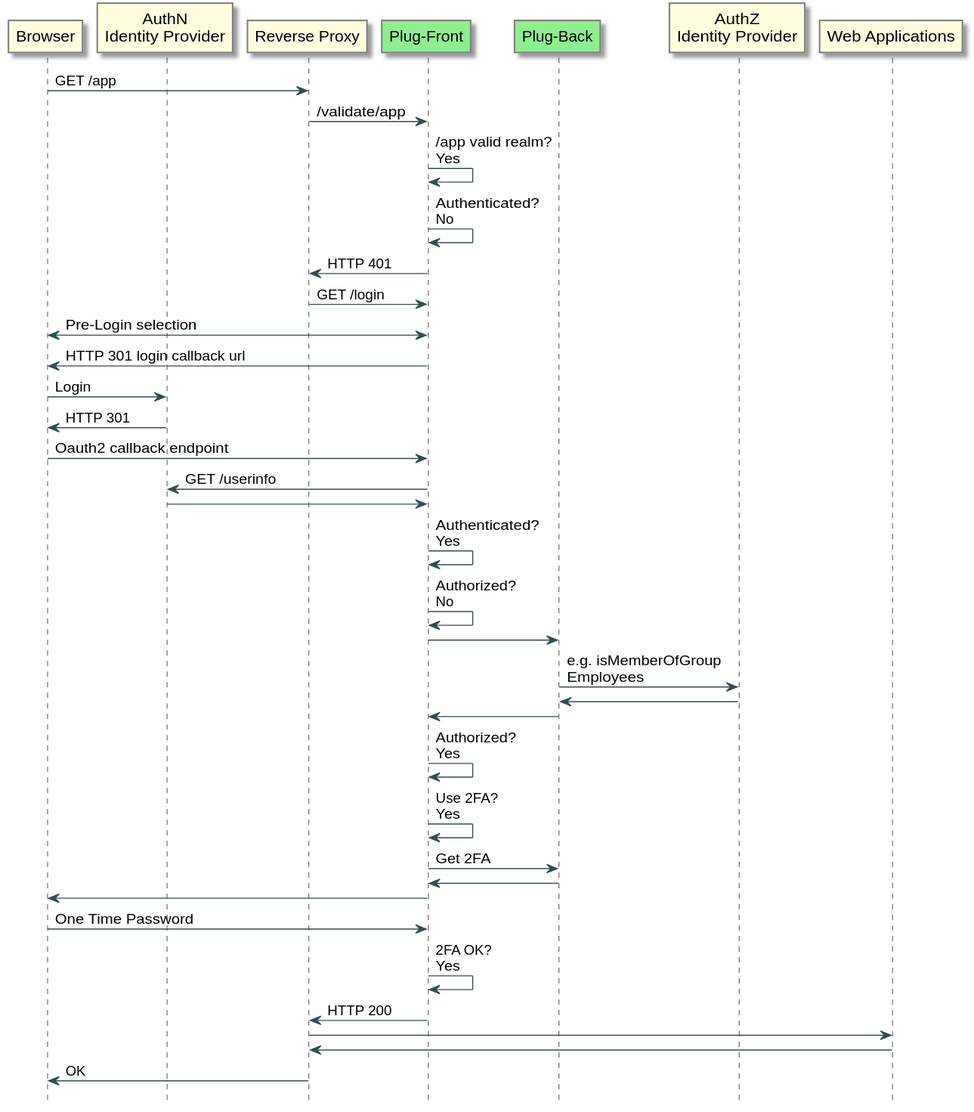
The PlantUML diagram images/plugsso-auth-flow-diagram.svg in jelhub/jelhub.github.io, before a commit.
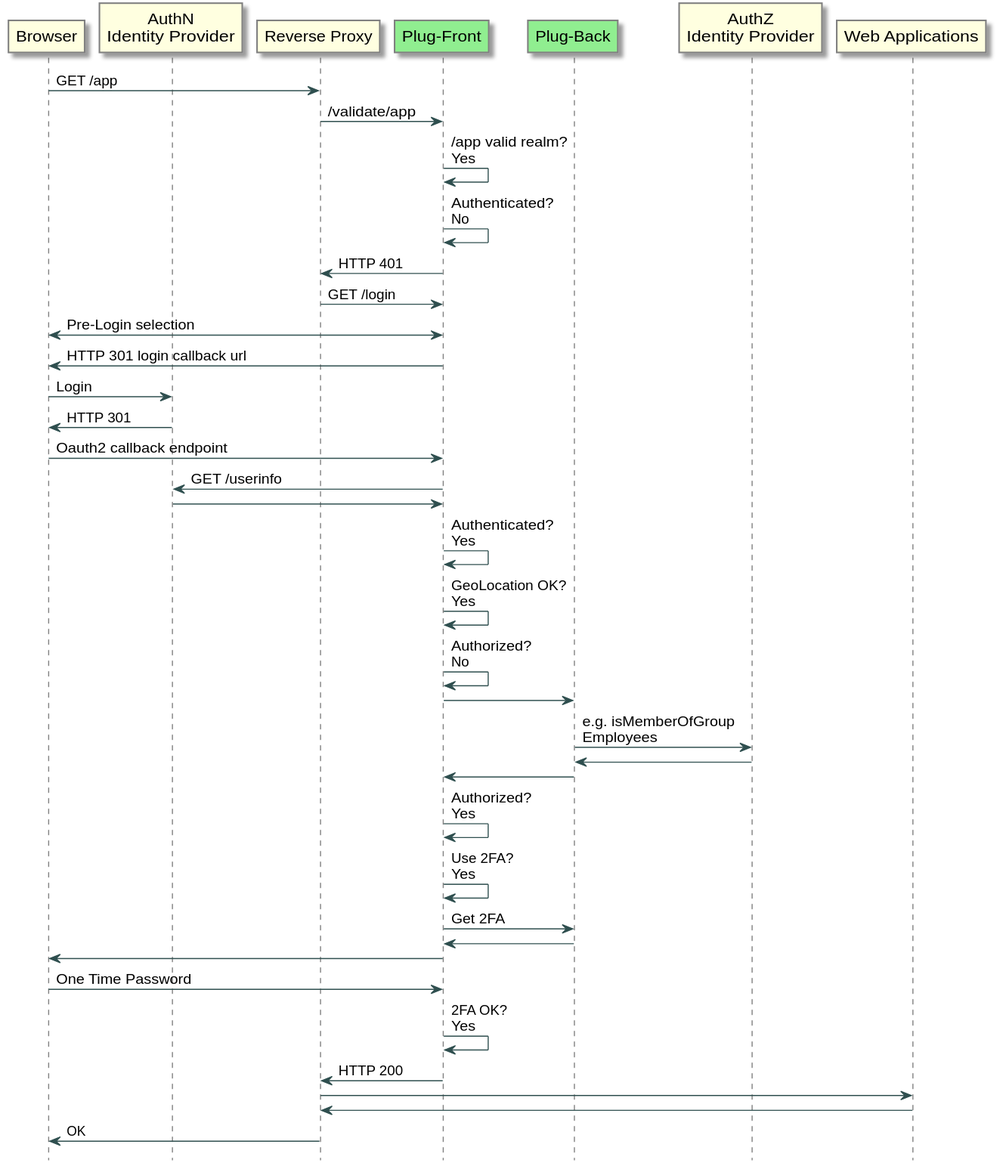
Above is the later version.

Change to the diagram source:
```diff
@@ -27,6 +27,7 @@
 PF -> AuthN : GET /userinfo
 AuthN -> PF
 PF -> PF : Authenticated?\nYes
+PF -> PF : GeoLocation OK?\nYes
 PF -> PF : Authorized?\nNo
 PF -> PB
 PB -> AuthZ : e.g. isMemberOfGroup\nEmployees
```
